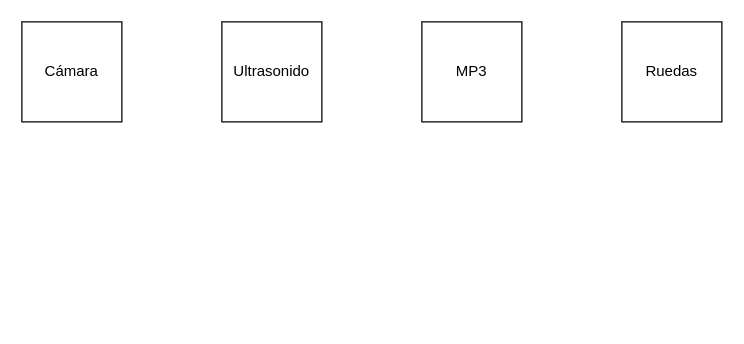
Above: Diagrama_bloques.drawio in Davidariza99/Ejemplo-1 (draw.io), before the change. Source tidied: cells renumbered, new cells numbered last; positions are measured from the earlier drawing's top-left corner, leaving out a move shared by most shapes. Both pictures are drawn from the tidied source at 125%, with x=0, y=0 at pixel (21, 21).
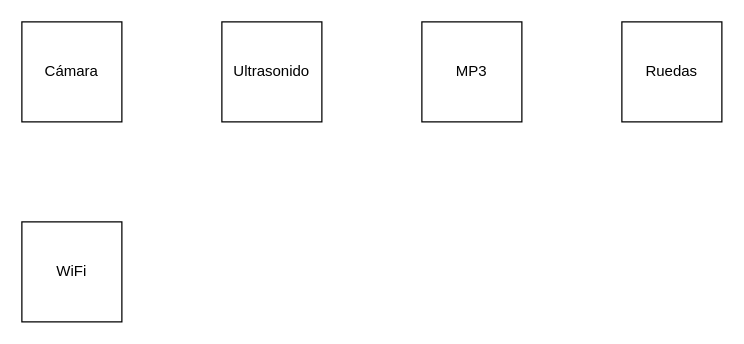
The same diagram, later.

What changed in the source:
```diff
@@
 <mxGraphModel>
   <root>
     <mxCell id="0" />
     <mxCell id="1" parent="0" />
     <mxCell id="2" value="&lt;div&gt;Cámara&lt;/div&gt;" style="whiteSpace=wrap;html=1;" parent="1" vertex="1">
       <mxGeometry width="80" height="80" as="geometry" />
     </mxCell>
     <mxCell id="3" value="MP3" style="whiteSpace=wrap;html=1;" parent="1" vertex="1">
       <mxGeometry x="320" width="80" height="80" as="geometry" />
     </mxCell>
     <mxCell id="4" value="&lt;div&gt;Ultrasonido&lt;br&gt;&lt;/div&gt;" style="whiteSpace=wrap;html=1;" parent="1" vertex="1">
       <mxGeometry x="160" width="80" height="80" as="geometry" />
     </mxCell>
     <mxCell id="5" value="Ruedas" style="whiteSpace=wrap;html=1;" parent="1" vertex="1">
       <mxGeometry x="480" width="80" height="80" as="geometry" />
     </mxCell>
+    <mxCell id="6" value="WiFi" style="whiteSpace=wrap;html=1;" parent="1" vertex="1">
+      <mxGeometry y="160" width="80" height="80" as="geometry" />
+    </mxCell>
   </root>
 </mxGraphModel>
```
